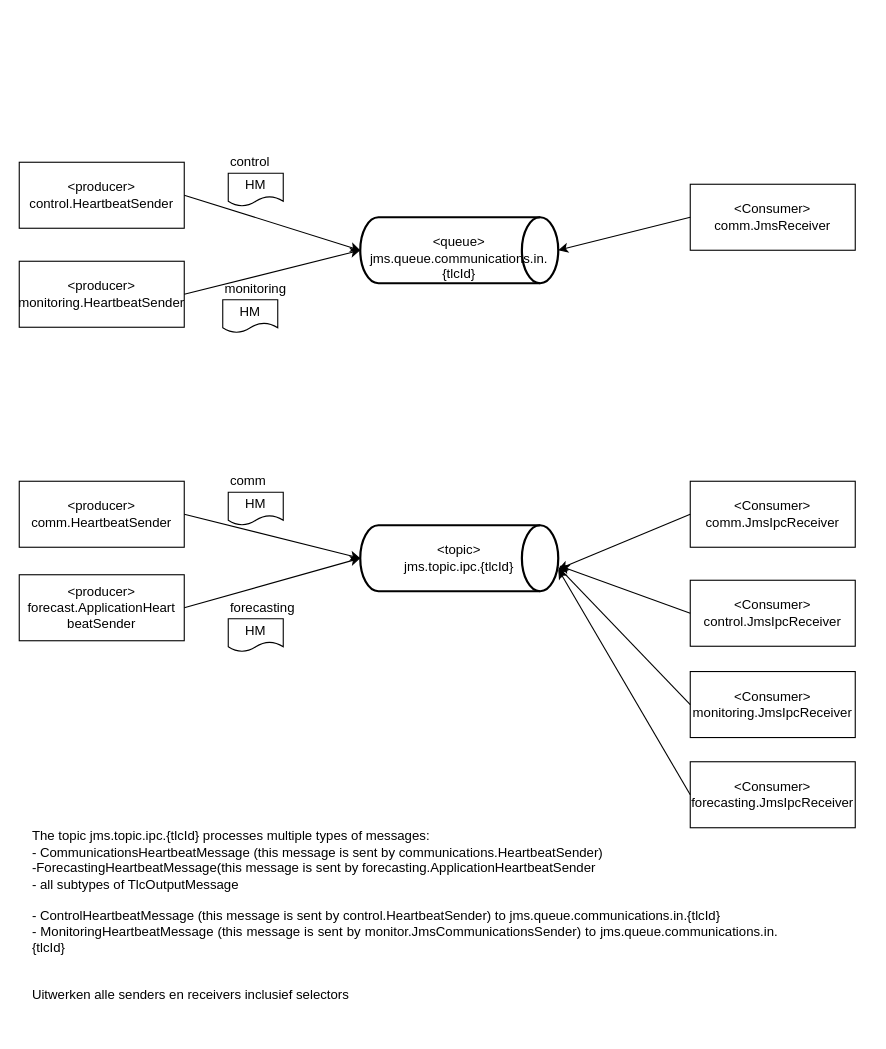
Before: Untitled Diagram.drawio in ahup/drawings, a draw.io diagram. Source tidied: cells renumbered, new cells numbered last; positions are measured from the earlier drawing's top-left corner, leaving out a move shared by most shapes. Both pictures are drawn from the tidied source at 110%, with x=0, y=0 at pixel (19, 151).
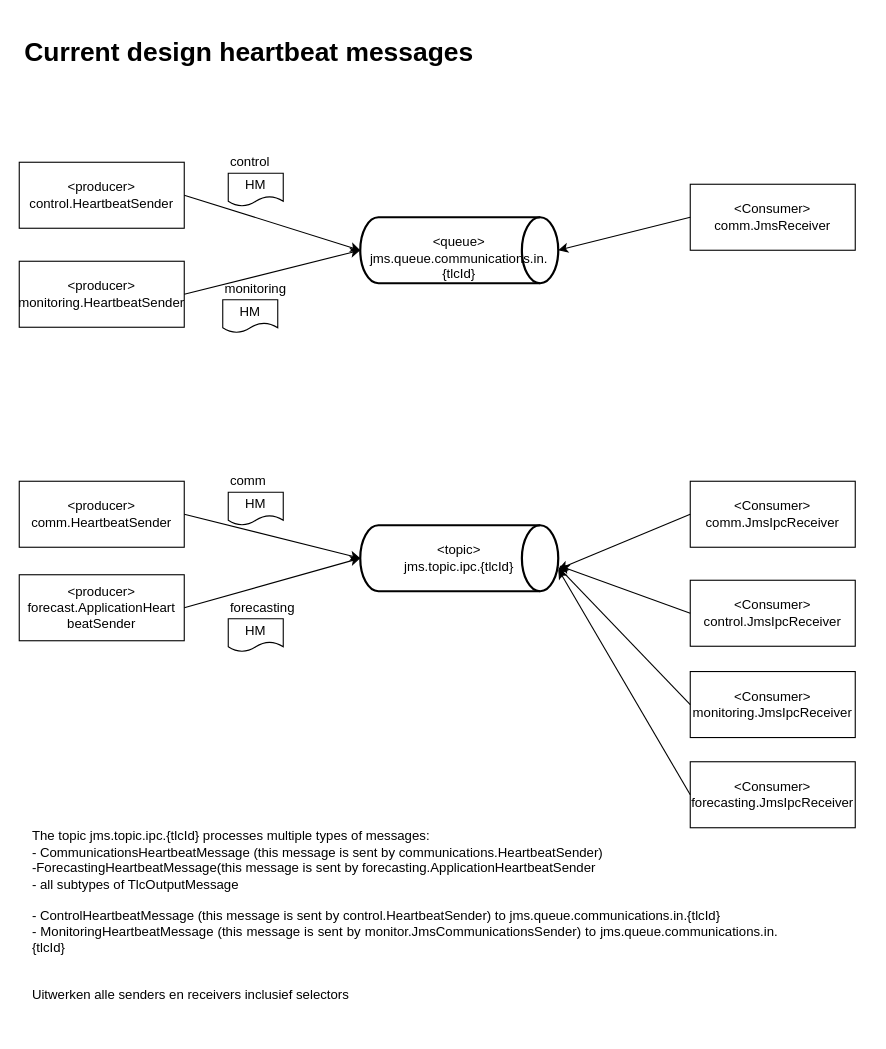
The same diagram, later.

Change to the diagram source:
```diff
@@
+    <mxCell id="31" value="&lt;h1&gt;Current design heartbeat messages&lt;/h1&gt;" style="text;html=1;strokeColor=none;fillColor=none;spacing=5;spacingTop=-20;whiteSpace=wrap;overflow=hidden;rounded=0;" parent="1" vertex="1">
+      <mxGeometry y="-110" width="770" height="70" as="geometry" />
+    </mxCell>
```
